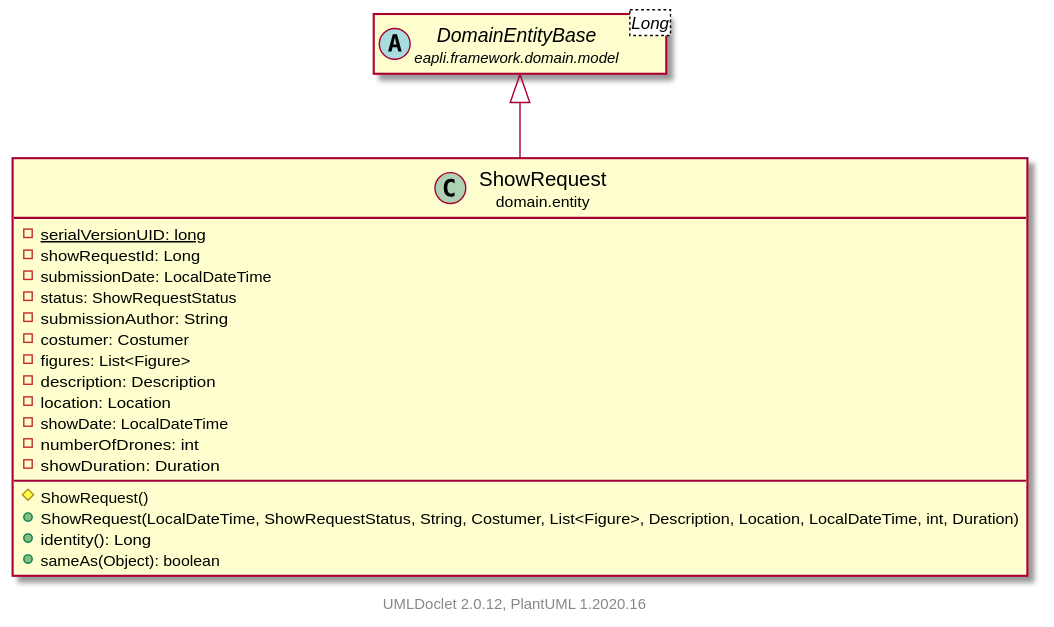
SAEmanuel/Shodrone_ISEP keeps this PlantUML diagram as shodrone.backoffice/target/apidocs/domain/entity/ShowRequest.svg. Above is the earlier version.
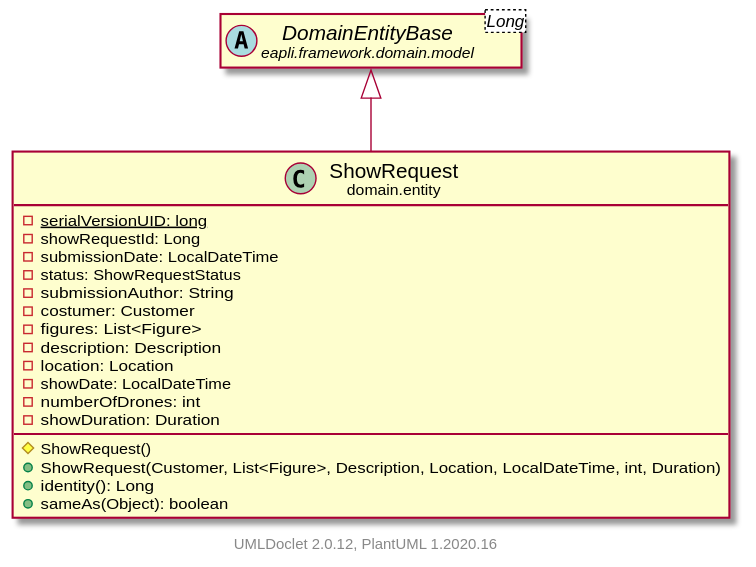
Above is the later version.

The edit, as a diff of the source:
```diff
@@ -9,7 +9,7 @@
         -submissionDate: LocalDateTime
         -status: ShowRequestStatus
         -submissionAuthor: String
-        -costumer: Costumer
+        -costumer: Customer
         -figures: List<Figure>
         -description: Description
         -location: Location
@@ -17,7 +17,7 @@
         -numberOfDrones: int
         -showDuration: Duration
         #ShowRequest()
-        +ShowRequest(LocalDateTime, ShowRequestStatus, String, Costumer, List<Figure>, Description, Location, LocalDateTime, int, Duration)
+        +ShowRequest(Customer, List<Figure>, Description, Location, LocalDateTime, int, Duration)
         +identity(): Long
         +sameAs(Object): boolean
     }
```
